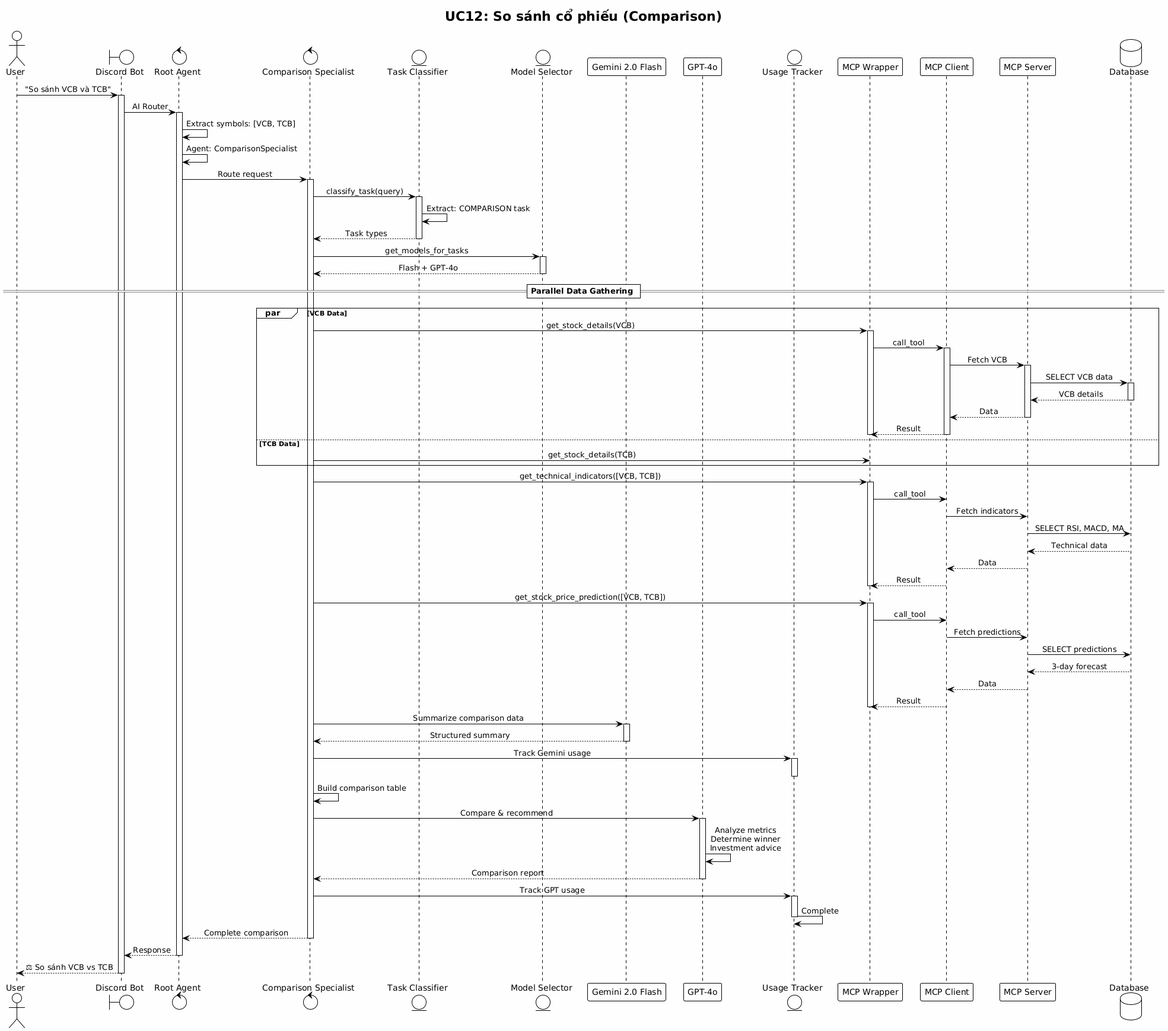
Above: diagrams/images/sequence_diagrams/sequence_uc12_comparison.png in GiangNV-HUST/DATN (PlantUML), before the change. The source it was exported from:
```plantuml
@startuml
!theme plain
skinparam backgroundColor #FEFEFE
skinparam sequenceMessageAlign center
skinparam shadowing false

title UC12: So sánh cổ phiếu (Comparison)

actor User
boundary "Discord Bot" as Bot
control "Root Agent" as Root
control "Comparison Specialist" as Comparison
entity "Task Classifier" as Classifier
entity "Model Selector" as Selector
participant "Gemini 2.0 Flash" as Flash
participant "GPT-4o" as GPT
entity "Usage Tracker" as Tracker
participant "MCP Wrapper" as Wrapper
participant "MCP Client" as Client
participant "MCP Server" as Server
database "Database" as DB

User -> Bot: "So sánh VCB và TCB"
activate Bot

Bot -> Root: AI Router
activate Root
Root -> Root: Extract symbols: [VCB, TCB]
Root -> Root: Agent: ComparisonSpecialist

Root -> Comparison: Route request
activate Comparison

Comparison -> Classifier: classify_task(query)
activate Classifier
Classifier -> Classifier: Extract: COMPARISON task
Classifier --> Comparison: Task types
deactivate Classifier

Comparison -> Selector: get_models_for_tasks
activate Selector
Selector --> Comparison: Flash + GPT-4o
deactivate Selector

== Parallel Data Gathering ==

par VCB Data
    Comparison -> Wrapper: get_stock_details(VCB)
    activate Wrapper
    Wrapper -> Client: call_tool
    activate Client
    Client -> Server: Fetch VCB
    activate Server
    Server -> DB: SELECT VCB data
    activate DB
    DB --> Server: VCB details
    deactivate DB
    Server --> Client: Data
    deactivate Server
    Client --> Wrapper: Result
    deactivate Client
    deactivate Wrapper
else TCB Data
    Comparison -> Wrapper: get_stock_details(TCB)
end

Comparison -> Wrapper: get_technical_indicators([VCB, TCB])
activate Wrapper
Wrapper -> Client: call_tool
Client -> Server: Fetch indicators
Server -> DB: SELECT RSI, MACD, MA
DB --> Server: Technical data
Server --> Client: Data
Client --> Wrapper: Result
deactivate Wrapper

Comparison -> Wrapper: get_stock_price_prediction([VCB, TCB])
activate Wrapper
Wrapper -> Client: call_tool
Client -> Server: Fetch predictions
Server -> DB: SELECT predictions
DB --> Server: 3-day forecast
Server --> Client: Data
Client --> Wrapper: Result
deactivate Wrapper

Comparison -> Flash: Summarize comparison data
activate Flash
Flash --> Comparison: Structured summary
deactivate Flash

Comparison -> Tracker: Track Gemini usage
activate Tracker
deactivate Tracker

Comparison -> Comparison: Build comparison table

Comparison -> GPT: Compare & recommend
activate GPT
GPT -> GPT: Analyze metrics\nDetermine winner\nInvestment advice
GPT --> Comparison: Comparison report
deactivate GPT

Comparison -> Tracker: Track GPT usage
activate Tracker
Tracker -> Tracker: Complete
deactivate Tracker

Comparison --> Root: Complete comparison
deactivate Comparison

Root --> Bot: Response
deactivate Root

Bot --> User: ⚖️ So sánh VCB vs TCB
deactivate Bot
@enduml
```
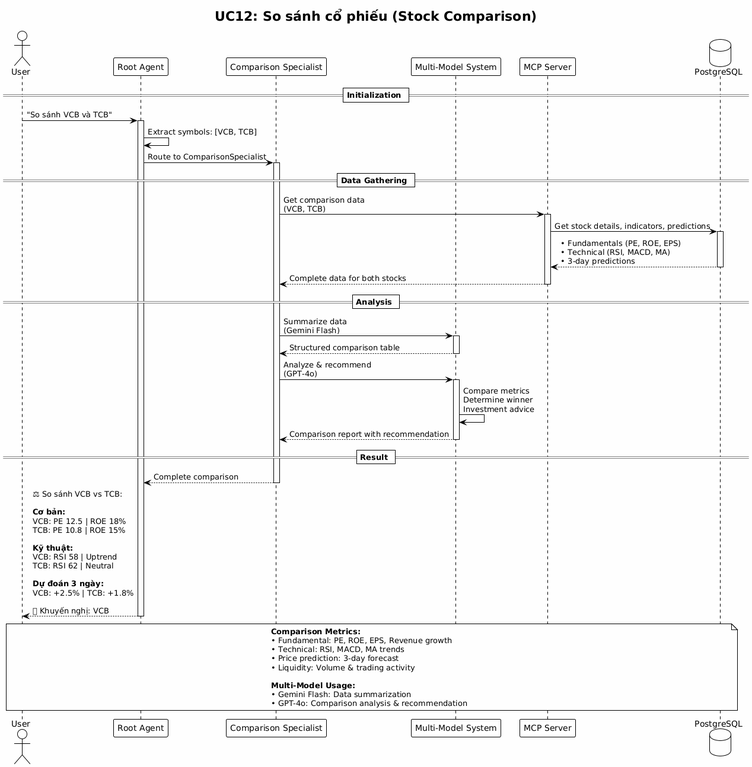
Above is the later version.

Commit message:
refactor: Optimize 5 additional complex sequence diagrams

Change to the diagram source:
```diff
@@ -1,117 +1,64 @@
 @startuml
+!pragma charset UTF-8
+
 !theme plain
 skinparam backgroundColor #FEFEFE
-skinparam sequenceMessageAlign center
 skinparam shadowing false
+skinparam defaultFontName "Times New Roman"
 
-title UC12: So sánh cổ phiếu (Comparison)
+title UC12: So sánh cổ phiếu (Stock Comparison)
 
 actor User
-boundary "Discord Bot" as Bot
-control "Root Agent" as Root
-control "Comparison Specialist" as Comparison
-entity "Task Classifier" as Classifier
-entity "Model Selector" as Selector
-participant "Gemini 2.0 Flash" as Flash
-participant "GPT-4o" as GPT
-entity "Usage Tracker" as Tracker
-participant "MCP Wrapper" as Wrapper
-participant "MCP Client" as Client
-participant "MCP Server" as Server
-database "Database" as DB
+participant "Root Agent" as Root
+participant "Comparison Specialist" as Comparison
+participant "Multi-Model System" as Models
+participant "MCP Server" as MCP
+database "PostgreSQL" as DB
 
-User -> Bot: "So sánh VCB và TCB"
-activate Bot
-
-Bot -> Root: AI Router
+== Initialization ==
+User -> Root: "So sánh VCB và TCB"
 activate Root
 Root -> Root: Extract symbols: [VCB, TCB]
-Root -> Root: Agent: ComparisonSpecialist
-
-Root -> Comparison: Route request
+Root -> Comparison: Route to ComparisonSpecialist
 activate Comparison
 
-Comparison -> Classifier: classify_task(query)
-activate Classifier
-Classifier -> Classifier: Extract: COMPARISON task
-Classifier --> Comparison: Task types
-deactivate Classifier
+== Data Gathering ==
+Comparison -> MCP: Get comparison data\n(VCB, TCB)
+activate MCP
+MCP -> DB: Get stock details, indicators, predictions
+activate DB
+DB --> MCP: • Fundamentals (PE, ROE, EPS)\n• Technical (RSI, MACD, MA)\n• 3-day predictions
+deactivate DB
+MCP --> Comparison: Complete data for both stocks
+deactivate MCP
 
-Comparison -> Selector: get_models_for_tasks
-activate Selector
-Selector --> Comparison: Flash + GPT-4o
-deactivate Selector
+== Analysis ==
+Comparison -> Models: Summarize data\n(Gemini Flash)
+activate Models
+Models --> Comparison: Structured comparison table
+deactivate Models
 
-== Parallel Data Gathering ==
+Comparison -> Models: Analyze & recommend\n(GPT-4o)
+activate Models
+Models -> Models: Compare metrics\nDetermine winner\nInvestment advice
+Models --> Comparison: Comparison report with recommendation
+deactivate Models
 
-par VCB Data
-    Comparison -> Wrapper: get_stock_details(VCB)
-    activate Wrapper
-    Wrapper -> Client: call_tool
-    activate Client
-    Client -> Server: Fetch VCB
-    activate Server
-    Server -> DB: SELECT VCB data
-    activate DB
-    DB --> Server: VCB details
-    deactivate DB
-    Server --> Client: Data
-    deactivate Server
-    Client --> Wrapper: Result
-    deactivate Client
-    deactivate Wrapper
-else TCB Data
-    Comparison -> Wrapper: get_stock_details(TCB)
-end
-
-Comparison -> Wrapper: get_technical_indicators([VCB, TCB])
-activate Wrapper
-Wrapper -> Client: call_tool
-Client -> Server: Fetch indicators
-Server -> DB: SELECT RSI, MACD, MA
-DB --> Server: Technical data
-Server --> Client: Data
-Client --> Wrapper: Result
-deactivate Wrapper
-
-Comparison -> Wrapper: get_stock_price_prediction([VCB, TCB])
-activate Wrapper
-Wrapper -> Client: call_tool
-Client -> Server: Fetch predictions
-Server -> DB: SELECT predictions
-DB --> Server: 3-day forecast
-Server --> Client: Data
-Client --> Wrapper: Result
-deactivate Wrapper
-
-Comparison -> Flash: Summarize comparison data
-activate Flash
-Flash --> Comparison: Structured summary
-deactivate Flash
-
-Comparison -> Tracker: Track Gemini usage
-activate Tracker
-deactivate Tracker
-
-Comparison -> Comparison: Build comparison table
-
-Comparison -> GPT: Compare & recommend
-activate GPT
-GPT -> GPT: Analyze metrics\nDetermine winner\nInvestment advice
-GPT --> Comparison: Comparison report
-deactivate GPT
-
-Comparison -> Tracker: Track GPT usage
-activate Tracker
-Tracker -> Tracker: Complete
-deactivate Tracker
-
+== Result ==
 Comparison --> Root: Complete comparison
 deactivate Comparison
-
-Root --> Bot: Response
+Root --> User: ⚖️ So sánh VCB vs TCB:\n\n**Cơ bản:**\nVCB: PE 12.5 | ROE 18%\nTCB: PE 10.8 | ROE 15%\n\n**Kỹ thuật:**\nVCB: RSI 58 | Uptrend\nTCB: RSI 62 | Neutral\n\n**Dự đoán 3 ngày:**\nVCB: +2.5% | TCB: +1.8%\n\n💡 Khuyến nghị: VCB
 deactivate Root
 
-Bot --> User: ⚖️ So sánh VCB vs TCB
-deactivate Bot
+note over User, DB
+  **Comparison Metrics:**
+  • Fundamental: PE, ROE, EPS, Revenue growth
+  • Technical: RSI, MACD, MA trends
+  • Price prediction: 3-day forecast
+  • Liquidity: Volume & trading activity
+
+  **Multi-Model Usage:**
+  • Gemini Flash: Data summarization
+  • GPT-4o: Comparison analysis & recommendation
+end note
 @enduml
```
